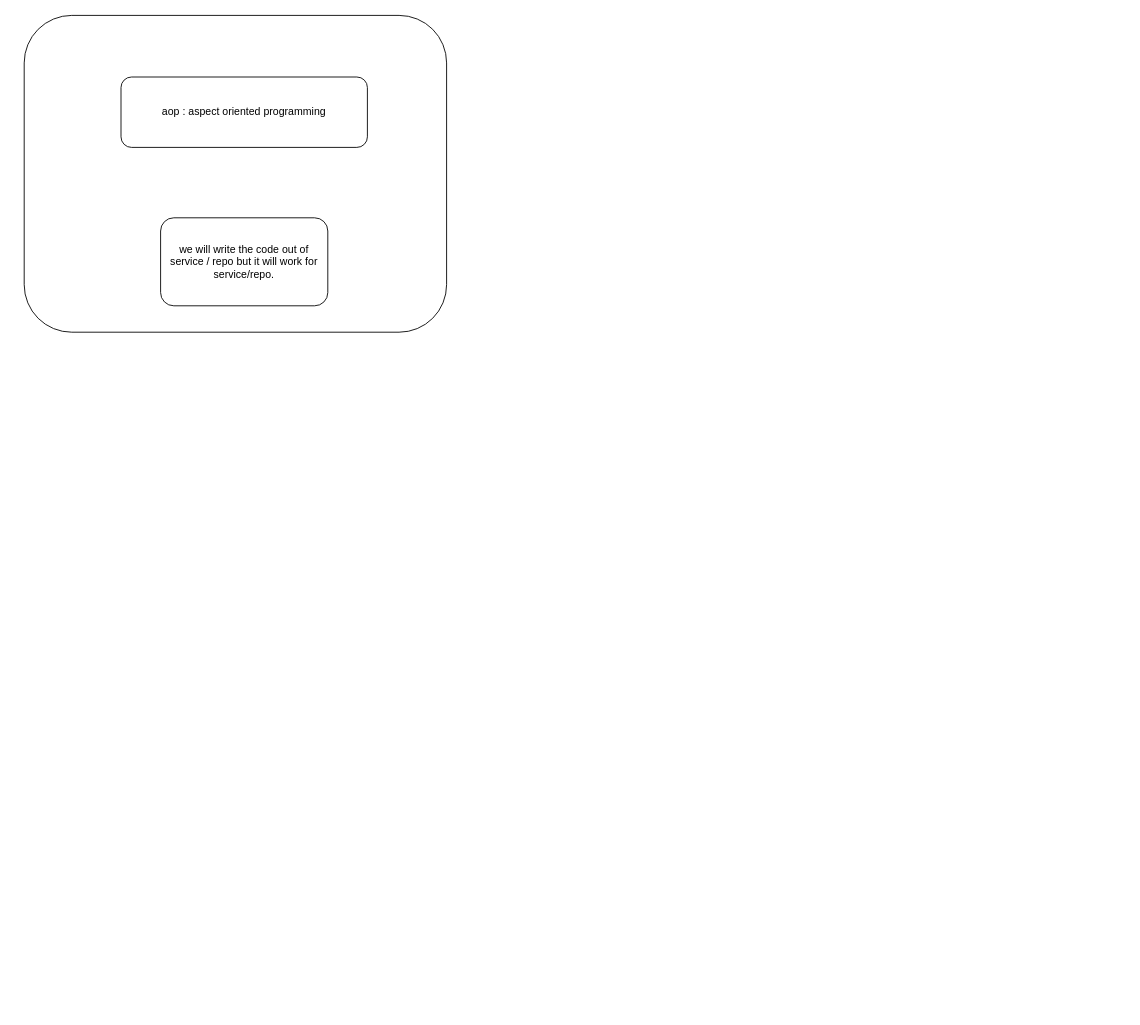
Earlier version of the draw.io diagram page "security" (5 of 5) of Untitled Diagram.drawio (afif1400/zeeTraining). Source tidied: cells renumbered, new cells numbered last; positions are measured from the earlier drawing's top-left corner, leaving out a move shared by most shapes. Both pictures are drawn from the tidied source at 88%, with x=0, y=0 at pixel (24, 15).
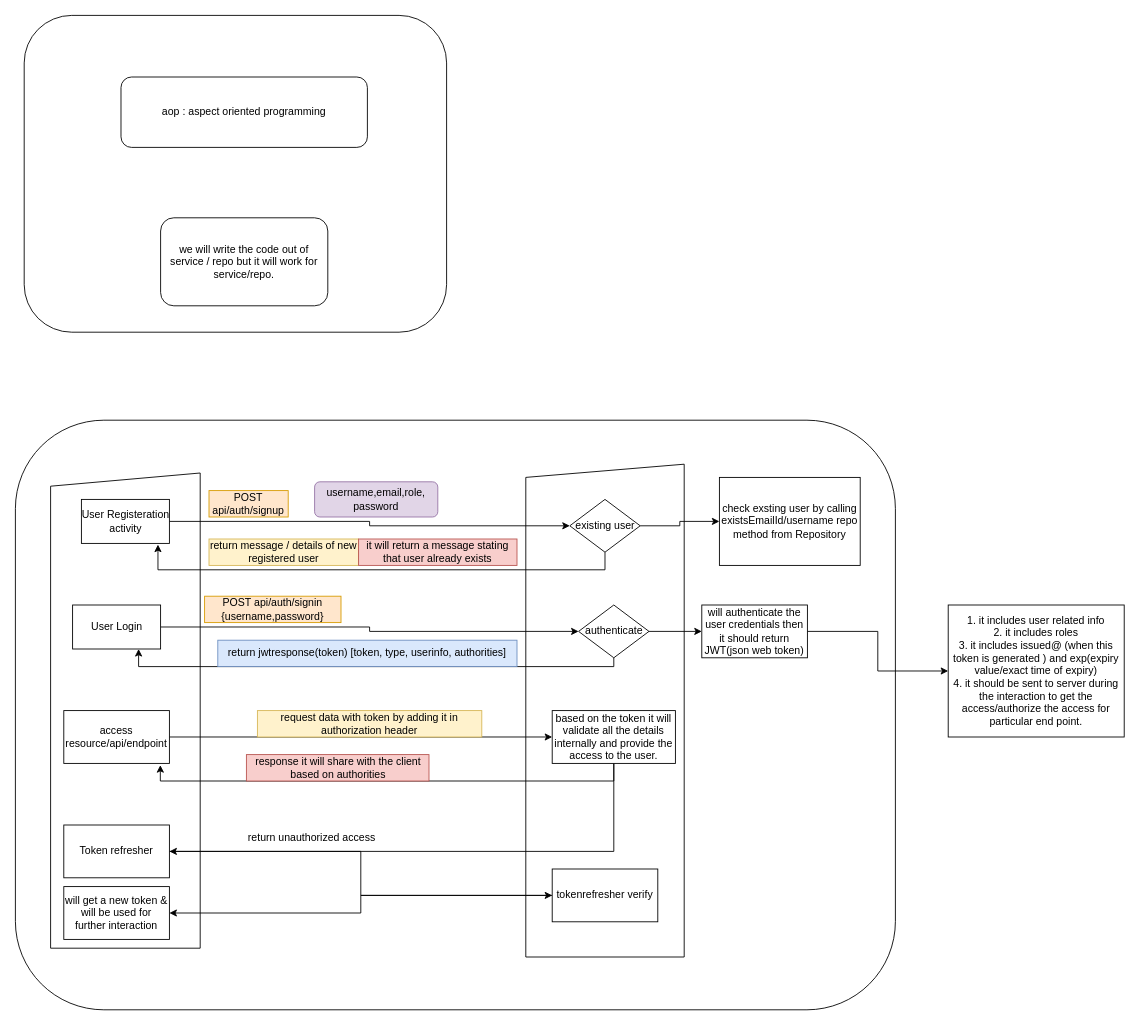
The same diagram, later.

What changed in the source:
```diff
@@
+    <mxCell id="6" style="rounded=1;whiteSpace=wrap;html=1;" parent="1" vertex="1">
+      <mxGeometry x="-10" y="460" width="1000" height="670" as="geometry" />
+    </mxCell>
+    <mxCell id="7" style="shape=manualInput;whiteSpace=wrap;html=1;dashed=0;size=15;" parent="1" vertex="1">
+      <mxGeometry x="30" y="520" width="170" height="540" as="geometry" />
+    </mxCell>
+    <mxCell id="8" style="shape=manualInput;whiteSpace=wrap;html=1;dashed=0;size=15;" parent="1" vertex="1">
+      <mxGeometry x="570" y="510" width="180" height="560" as="geometry" />
+    </mxCell>
+    <mxCell id="9" style="edgeStyle=orthogonalEdgeStyle;rounded=0;jettySize=auto;html=1;" parent="1" edge="1" source="10" target="13">
+      <mxGeometry relative="1" as="geometry" />
+    </mxCell>
+    <mxCell id="10" value="User Registeration&lt;br&gt;activity" style="html=1;dashed=0;whitespace=wrap;" parent="1" vertex="1">
+      <mxGeometry x="65" y="550" width="100" height="50" as="geometry" />
+    </mxCell>
+    <mxCell id="11" style="edgeStyle=orthogonalEdgeStyle;rounded=0;jettySize=auto;html=1;" parent="1" edge="1" source="13" target="14">
+      <mxGeometry relative="1" as="geometry" />
+    </mxCell>
+    <mxCell id="12" style="edgeStyle=orthogonalEdgeStyle;rounded=0;jettySize=auto;html=1;entryX=0.87;entryY=1.027;entryDx=0;entryDy=0;entryPerimeter=0;" parent="1" edge="1" source="13" target="10">
+      <mxGeometry relative="1" as="geometry">
+        <Array as="points">
+          <mxPoint x="660" y="630" />
+          <mxPoint x="152" y="630" />
+        </Array>
+      </mxGeometry>
+    </mxCell>
+    <mxCell id="13" value="existing user" style="shape=rhombus;html=1;dashed=0;whitespace=wrap;perimeter=rhombusPerimeter;" parent="1" vertex="1">
+      <mxGeometry x="620" y="550" width="80" height="60" as="geometry" />
+    </mxCell>
+    <mxCell id="14" value="check exsting user by calling existsEmailId/username repo method from Repository" style="whiteSpace=wrap;html=1;dashed=0;" parent="1" vertex="1">
+      <mxGeometry x="790" y="525" width="160" height="100" as="geometry" />
+    </mxCell>
+    <mxCell id="15" value="POST api/auth/signup" style="text;html=1;strokeColor=#d79b00;fillColor=#ffe6cc;align=center;verticalAlign=middle;whiteSpace=wrap;rounded=0;" parent="1" vertex="1">
+      <mxGeometry x="210" y="540" width="90" height="30" as="geometry" />
+    </mxCell>
+    <mxCell id="16" value="username,email,role, password" style="rounded=1;whiteSpace=wrap;html=1;fillColor=#e1d5e7;strokeColor=#9673a6;" parent="1" vertex="1">
+      <mxGeometry x="330" y="530" width="140" height="40" as="geometry" />
+    </mxCell>
+    <mxCell id="17" value="return message / details of new registered user" style="text;html=1;strokeColor=#d6b656;fillColor=#fff2cc;align=center;verticalAlign=middle;whiteSpace=wrap;rounded=0;" parent="1" vertex="1">
+      <mxGeometry x="210" y="595" width="170" height="30" as="geometry" />
+    </mxCell>
+    <mxCell id="18" value="it will return a message stating that user already exists" style="text;html=1;strokeColor=#b85450;fillColor=#f8cecc;align=center;verticalAlign=middle;whiteSpace=wrap;rounded=0;" parent="1" vertex="1">
+      <mxGeometry x="380" y="595" width="180" height="30" as="geometry" />
+    </mxCell>
+    <mxCell id="19" style="edgeStyle=orthogonalEdgeStyle;rounded=0;jettySize=auto;html=1;" parent="1" edge="1" source="20" target="23">
+      <mxGeometry relative="1" as="geometry" />
+    </mxCell>
+    <mxCell id="20" value="User Login" style="html=1;dashed=0;whitespace=wrap;" parent="1" vertex="1">
+      <mxGeometry x="55" y="670" width="100" height="50" as="geometry" />
+    </mxCell>
+    <mxCell id="21" style="edgeStyle=orthogonalEdgeStyle;rounded=0;jettySize=auto;html=1;" parent="1" edge="1" source="23" target="26">
+      <mxGeometry relative="1" as="geometry" />
+    </mxCell>
+    <mxCell id="22" style="edgeStyle=orthogonalEdgeStyle;rounded=0;jettySize=auto;html=1;entryX=0.75;entryY=1;entryDx=0;entryDy=0;" parent="1" edge="1" source="23" target="20">
+      <mxGeometry relative="1" as="geometry">
+        <Array as="points">
+          <mxPoint x="670" y="740" />
+          <mxPoint x="130" y="740" />
+        </Array>
+      </mxGeometry>
+    </mxCell>
+    <mxCell id="23" value="authenticate" style="shape=rhombus;html=1;dashed=0;whitespace=wrap;perimeter=rhombusPerimeter;" parent="1" vertex="1">
+      <mxGeometry x="630" y="670" width="80" height="60" as="geometry" />
+    </mxCell>
+    <mxCell id="24" value="POST api/auth/signin&lt;br&gt;{username,password}" style="text;html=1;strokeColor=#d79b00;fillColor=#ffe6cc;align=center;verticalAlign=middle;whiteSpace=wrap;rounded=0;" parent="1" vertex="1">
+      <mxGeometry x="205" y="660" width="155" height="30" as="geometry" />
+    </mxCell>
+    <mxCell id="25" style="edgeStyle=orthogonalEdgeStyle;rounded=0;jettySize=auto;html=1;" parent="1" edge="1" source="26" target="27">
+      <mxGeometry relative="1" as="geometry" />
+    </mxCell>
+    <mxCell id="26" value="will authenticate the user credentials then it should return JWT(json web token)" style="whiteSpace=wrap;html=1;dashed=0;" parent="1" vertex="1">
+      <mxGeometry x="770" y="670" width="120" height="60" as="geometry" />
+    </mxCell>
+    <mxCell id="27" value="1. it includes user related info&lt;br&gt;2. it includes roles&lt;br&gt;3. it includes issued@ (when this token is generated ) and exp(expiry value/exact time of expiry)&lt;br&gt;4. it should be sent to server during the interaction to get the access/authorize the access for particular end point.&lt;br&gt;" style="whiteSpace=wrap;html=1;dashed=0;" parent="1" vertex="1">
+      <mxGeometry x="1050" y="670" width="200" height="150" as="geometry" />
+    </mxCell>
+    <mxCell id="28" value="return jwtresponse(token) [token, type, userinfo, authorities]" style="text;html=1;strokeColor=#6c8ebf;fillColor=#dae8fc;align=center;verticalAlign=middle;whiteSpace=wrap;rounded=0;" parent="1" vertex="1">
+      <mxGeometry x="220" y="710" width="340" height="30" as="geometry" />
+    </mxCell>
+    <mxCell id="29" style="edgeStyle=orthogonalEdgeStyle;rounded=0;jettySize=auto;html=1;" parent="1" edge="1" source="30" target="33">
+      <mxGeometry relative="1" as="geometry" />
+    </mxCell>
+    <mxCell id="30" value="access resource/api/endpoint" style="rounded=0;whiteSpace=wrap;html=1;" parent="1" vertex="1">
+      <mxGeometry x="45" y="790" width="120" height="60" as="geometry" />
+    </mxCell>
+    <mxCell id="31" style="edgeStyle=orthogonalEdgeStyle;rounded=0;jettySize=auto;html=1;entryX=0.914;entryY=1.033;entryDx=0;entryDy=0;entryPerimeter=0;" parent="1" edge="1" source="33" target="30">
+      <mxGeometry relative="1" as="geometry">
+        <Array as="points">
+          <mxPoint x="670" y="870" />
+          <mxPoint x="155" y="870" />
+        </Array>
+      </mxGeometry>
+    </mxCell>
+    <mxCell id="32" style="edgeStyle=orthogonalEdgeStyle;rounded=0;jettySize=auto;html=1;" parent="1" edge="1" source="33" target="37">
+      <mxGeometry relative="1" as="geometry">
+        <Array as="points">
+          <mxPoint x="670" y="950" />
+        </Array>
+      </mxGeometry>
+    </mxCell>
+    <mxCell id="33" value="based on the token it will validate all the details internally and provide the access to the user." style="whiteSpace=wrap;html=1;rounded=0;" parent="1" vertex="1">
+      <mxGeometry x="600" y="790" width="140" height="60" as="geometry" />
+    </mxCell>
+    <mxCell id="34" value="request data with token by adding it in authorization header" style="text;html=1;strokeColor=#d6b656;fillColor=#fff2cc;align=center;verticalAlign=middle;whiteSpace=wrap;rounded=0;" parent="1" vertex="1">
+      <mxGeometry x="265" y="790" width="255" height="30" as="geometry" />
+    </mxCell>
+    <mxCell id="35" value="response it will share with the client based on authorities" style="text;html=1;strokeColor=#b85450;fillColor=#f8cecc;align=center;verticalAlign=middle;whiteSpace=wrap;rounded=0;" parent="1" vertex="1">
+      <mxGeometry x="252.5" y="840" width="207.5" height="30" as="geometry" />
+    </mxCell>
+    <mxCell id="36" style="edgeStyle=orthogonalEdgeStyle;rounded=0;jettySize=auto;html=1;" parent="1" edge="1" source="37" target="40">
+      <mxGeometry relative="1" as="geometry" />
+    </mxCell>
+    <mxCell id="37" value="Token refresher" style="whiteSpace=wrap;html=1;rounded=0;" parent="1" vertex="1">
+      <mxGeometry x="45" y="920" width="120" height="60" as="geometry" />
+    </mxCell>
+    <mxCell id="38" value="return unauthorized access" style="text;html=1;strokeColor=none;fillColor=none;align=center;verticalAlign=middle;whiteSpace=wrap;rounded=0;" parent="1" vertex="1">
+      <mxGeometry x="252.5" y="920" width="147.5" height="30" as="geometry" />
+    </mxCell>
+    <mxCell id="39" style="edgeStyle=orthogonalEdgeStyle;rounded=0;jettySize=auto;html=1;" parent="1" edge="1" source="40" target="41">
+      <mxGeometry relative="1" as="geometry" />
+    </mxCell>
+    <mxCell id="40" value="tokenrefresher verify" style="whiteSpace=wrap;html=1;rounded=0;" parent="1" vertex="1">
+      <mxGeometry x="600" y="970" width="120" height="60" as="geometry" />
+    </mxCell>
+    <mxCell id="41" value="will get a new token &amp;amp; will be used for further interaction" style="whiteSpace=wrap;html=1;rounded=0;" parent="1" vertex="1">
+      <mxGeometry x="45" y="990" width="120" height="60" as="geometry" />
+    </mxCell>
```
